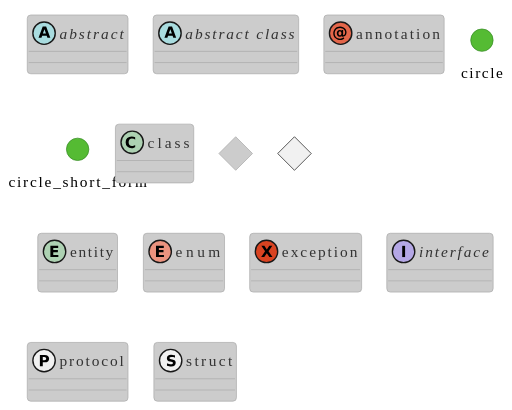
The-Lum/puml-themes-gallery keeps this PlantUML diagram as gallery/img/Class-reddress-lightgreen.svg. Above is the earlier version. Its source is kept beside it as gallery/Class-reddress-lightgreen.puml.
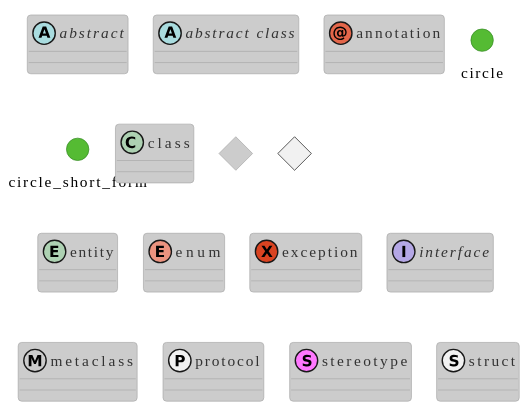
The same file after the commit.

The edit, as a diff of the source:
```diff
@@ -12,6 +12,8 @@
 enum            enum
 exception       exception
 interface       interface
+metaclass       metaclass
 protocol        protocol
+stereotype      stereotype
 struct          struct
 @enduml
```
